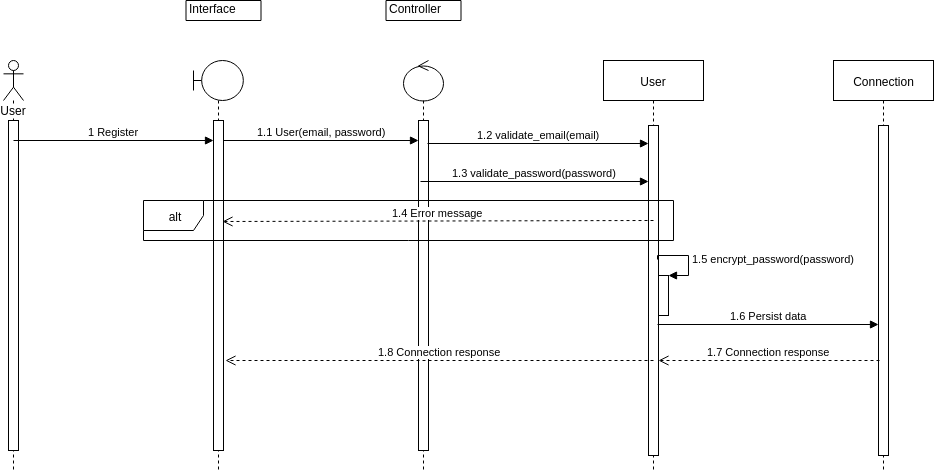
This is documentation/diagrams/sequence/user/register.png from hydroxion/document, a draw.io export, as it was before one commit. Source tidied: cells renumbered, new cells last; positions are measured from the earlier drawing's top-left corner, leaving out a move shared by most shapes.
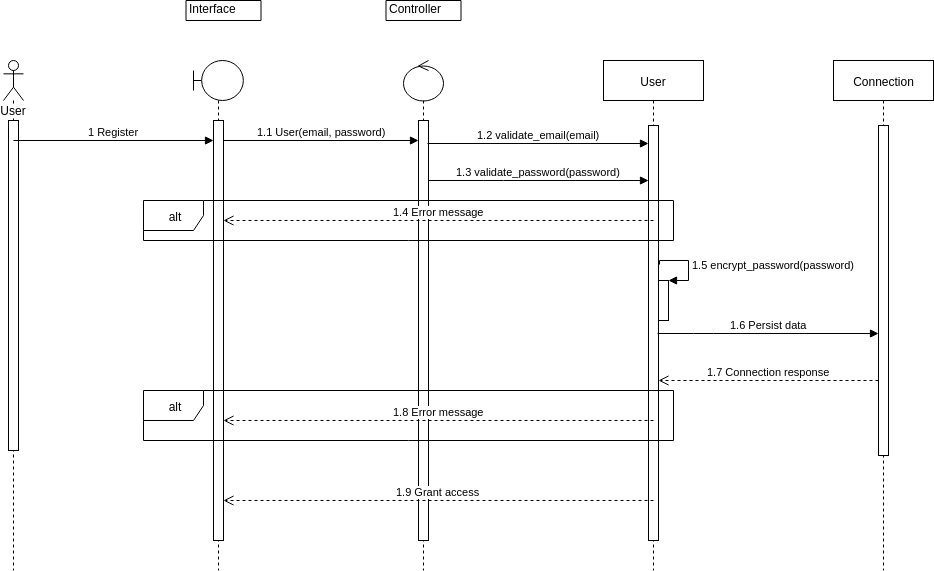
Later version of the same file.

Commit message:
Register sequency diagram fixed

Diff of the diagram source:
```diff
@@ -3,7 +3,7 @@
     <mxCell id="0" />
     <mxCell id="1" parent="0" />
     <mxCell id="2" value="User" style="shape=umlLifeline;participant=umlActor;perimeter=lifelinePerimeter;whiteSpace=wrap;html=1;verticalAlign=top;spacingTop=36;labelBackgroundColor=#ffffff;" parent="1" vertex="1">
-      <mxGeometry y="60" width="20" height="410" as="geometry" />
+      <mxGeometry y="60" width="20" height="510" as="geometry" />
     </mxCell>
     <mxCell id="3" style="html=1;perimeter=orthogonalPerimeter;" parent="2" vertex="1">
       <mxGeometry x="5" y="60" width="10" height="330" as="geometry" />
@@ -14,10 +14,10 @@
       </mxGeometry>
     </mxCell>
     <mxCell id="5" style="shape=umlLifeline;participant=umlBoundary;perimeter=lifelinePerimeter;whiteSpace=wrap;html=1;verticalAlign=top;spacingTop=36;labelBackgroundColor=#ffffff;" parent="1" vertex="1">
-      <mxGeometry x="190" y="60" width="50" height="410" as="geometry" />
+      <mxGeometry x="190" y="60" width="50" height="510" as="geometry" />
     </mxCell>
     <mxCell id="6" style="html=1;points=[];perimeter=orthogonalPerimeter;" parent="5" vertex="1">
-      <mxGeometry x="20" y="60" width="10" height="330" as="geometry" />
+      <mxGeometry x="20" y="60" width="10" height="420" as="geometry" />
     </mxCell>
     <mxCell id="7" value="1.1 User(email, password)" style="html=1;verticalAlign=bottom;endArrow=block;" parent="5" edge="1" target="9">
       <mxGeometry relative="1" as="geometry">
@@ -25,26 +25,26 @@
       </mxGeometry>
     </mxCell>
     <mxCell id="8" style="shape=umlLifeline;participant=umlControl;perimeter=lifelinePerimeter;whiteSpace=wrap;html=1;verticalAlign=top;spacingTop=36;labelBackgroundColor=#ffffff;" parent="1" vertex="1">
-      <mxGeometry x="400" y="60" width="40" height="410" as="geometry" />
+      <mxGeometry x="400" y="60" width="40" height="510" as="geometry" />
     </mxCell>
     <mxCell id="9" style="html=1;points=[];perimeter=orthogonalPerimeter;" parent="8" vertex="1">
-      <mxGeometry x="15" y="60" width="10" height="330" as="geometry" />
+      <mxGeometry x="15" y="60" width="10" height="420" as="geometry" />
     </mxCell>
     <mxCell id="10" value="User" style="shape=umlLifeline;perimeter=lifelinePerimeter;whiteSpace=wrap;html=1;" parent="1" vertex="1">
-      <mxGeometry x="600" y="60" width="100" height="410" as="geometry" />
+      <mxGeometry x="600" y="60" width="100" height="510" as="geometry" />
     </mxCell>
     <mxCell id="11" style="html=1;points=[];perimeter=orthogonalPerimeter;" parent="10" vertex="1">
-      <mxGeometry x="45" y="65" width="10" height="330" as="geometry" />
+      <mxGeometry x="45" y="65" width="10" height="415" as="geometry" />
     </mxCell>
-    <mxCell id="12" style="html=1;points=[];perimeter=orthogonalPerimeter;" parent="10" vertex="1">
-      <mxGeometry x="55" y="215" width="10" height="40" as="geometry" />
-    </mxCell>
+    <mxCell id="25" style="html=1;points=[];perimeter=orthogonalPerimeter;" parent="10" vertex="1">
+      <mxGeometry x="55" y="220" width="10" height="40" as="geometry" />
+    </mxCell>
-    <mxCell id="13" value="&lt;span&gt;1.5 encrypt_password(password)&lt;/span&gt;" style="edgeStyle=orthogonalEdgeStyle;html=1;align=left;spacingLeft=2;endArrow=block;rounded=0;entryX=1;entryY=0;exitX=0.926;exitY=0.405;exitDx=0;exitDy=0;exitPerimeter=0;" parent="10" edge="1" source="11" target="12">
+    <mxCell id="13" value="1.5 encrypt_password(password)" style="edgeStyle=orthogonalEdgeStyle;html=1;align=left;spacingLeft=2;endArrow=block;rounded=0;entryX=1;entryY=0;exitX=1.051;exitY=0.335;exitDx=0;exitDy=0;exitPerimeter=0;" parent="10" edge="1" source="11" target="25">
       <mxGeometry relative="1" as="geometry">
         <Array as="points">
-          <mxPoint x="54" y="195" />
-          <mxPoint x="85" y="195" />
-          <mxPoint x="85" y="215" />
+          <mxPoint x="56" y="200" />
+          <mxPoint x="85" y="200" />
+          <mxPoint x="85" y="220" />
         </Array>
       </mxGeometry>
     </mxCell>
@@ -55,7 +55,7 @@
       <mxGeometry x="382.5" width="75" height="20" as="geometry" />
     </mxCell>
     <mxCell id="16" value="Connection" style="shape=umlLifeline;perimeter=lifelinePerimeter;whiteSpace=wrap;html=1;" parent="1" vertex="1">
-      <mxGeometry x="830" y="60" width="100" height="410" as="geometry" />
+      <mxGeometry x="830" y="60" width="100" height="510" as="geometry" />
     </mxCell>
     <mxCell id="17" style="html=1;points=[];perimeter=orthogonalPerimeter;" parent="16" vertex="1">
       <mxGeometry x="45" y="65" width="10" height="330" as="geometry" />
@@ -65,32 +65,48 @@
         <mxPoint x="424" y="143" as="sourcePoint" />
       </mxGeometry>
     </mxCell>
-    <mxCell id="19" value="1.3 validate_password(password)" style="html=1;verticalAlign=bottom;endArrow=block;exitX=0.176;exitY=0.186;exitDx=0;exitDy=0;exitPerimeter=0;" parent="1" edge="1" source="9" target="11">
-      <mxGeometry relative="1" as="geometry" />
+    <mxCell id="19" value="1.3 validate_password(password)" style="html=1;verticalAlign=bottom;endArrow=block;" parent="1" edge="1" source="9" target="11">
+      <mxGeometry relative="1" as="geometry">
+        <Array as="points">
+          <mxPoint x="490" y="180" />
+        </Array>
+      </mxGeometry>
     </mxCell>
     <mxCell id="20" value="alt" style="shape=umlFrame;whiteSpace=wrap;html=1;" parent="1" vertex="1">
       <mxGeometry x="140" y="200" width="530" height="40" as="geometry" />
     </mxCell>
-    <mxCell id="21" value="1.4 Error message" style="html=1;verticalAlign=bottom;endArrow=open;dashed=1;endSize=8;entryX=0.926;entryY=0.307;entryDx=0;entryDy=0;entryPerimeter=0;" parent="1" edge="1" target="6">
+    <mxCell id="21" value="1.4 Error message" style="html=1;verticalAlign=bottom;endArrow=open;dashed=1;endSize=8;" parent="1" edge="1" target="6">
       <mxGeometry relative="1" as="geometry">
         <mxPoint x="650" y="220" as="sourcePoint" />
       </mxGeometry>
     </mxCell>
-    <mxCell id="22" value="1.7 Connection response" style="html=1;verticalAlign=bottom;endArrow=open;dashed=1;endSize=8;" parent="1" edge="1" target="11">
+    <mxCell id="22" value="1.7 Connection response" style="html=1;verticalAlign=bottom;endArrow=open;dashed=1;endSize=8;" parent="1" edge="1" source="17" target="11">
       <mxGeometry relative="1" as="geometry">
-        <mxPoint x="876" y="360" as="sourcePoint" />
         <Array as="points">
-          <mxPoint x="800" y="360" />
+          <mxPoint x="790" y="380" />
         </Array>
       </mxGeometry>
     </mxCell>
-    <mxCell id="23" value="1.6 Persist data" style="html=1;verticalAlign=bottom;endArrow=block;exitX=0.926;exitY=0.602;exitDx=0;exitDy=0;exitPerimeter=0;" parent="1" edge="1" source="11" target="17">
-      <mxGeometry relative="1" as="geometry" />
+    <mxCell id="23" value="1.6 Persist data" style="html=1;verticalAlign=bottom;endArrow=block;" parent="1" edge="1" target="17">
+      <mxGeometry relative="1" as="geometry">
+        <mxPoint x="654" y="333" as="sourcePoint" />
+        <Array as="points">
+          <mxPoint x="700" y="333" />
+        </Array>
+      </mxGeometry>
     </mxCell>
-    <mxCell id="24" value="1.8 Connection response" style="html=1;verticalAlign=bottom;endArrow=open;dashed=1;endSize=8;entryX=1.176;entryY=0.727;entryDx=0;entryDy=0;entryPerimeter=0;" parent="1" edge="1" target="6">
-      <mxGeometry relative="1" as="geometry">
-        <mxPoint x="650" y="360" as="sourcePoint" />
-      </mxGeometry>
-    </mxCell>
+    <mxCell id="26" value="1.8 Error message" style="html=1;verticalAlign=bottom;endArrow=open;dashed=1;endSize=8;" parent="1" edge="1" target="6">
+      <mxGeometry relative="1" as="geometry">
+        <mxPoint x="650" y="420" as="sourcePoint" />
+      </mxGeometry>
+    </mxCell>
+    <mxCell id="27" value="alt&lt;br&gt;" style="shape=umlFrame;whiteSpace=wrap;html=1;" parent="1" vertex="1">
+      <mxGeometry x="140" y="390" width="530" height="50" as="geometry" />
+    </mxCell>
+    <mxCell id="28" value="1.9 Grant access&lt;br&gt;" style="html=1;verticalAlign=bottom;endArrow=open;dashed=1;endSize=8;" parent="1" edge="1" target="6">
+      <mxGeometry relative="1" as="geometry">
+        <mxPoint x="650" y="500" as="sourcePoint" />
+      </mxGeometry>
+    </mxCell>
   </root>
 </mxGraphModel>
```
